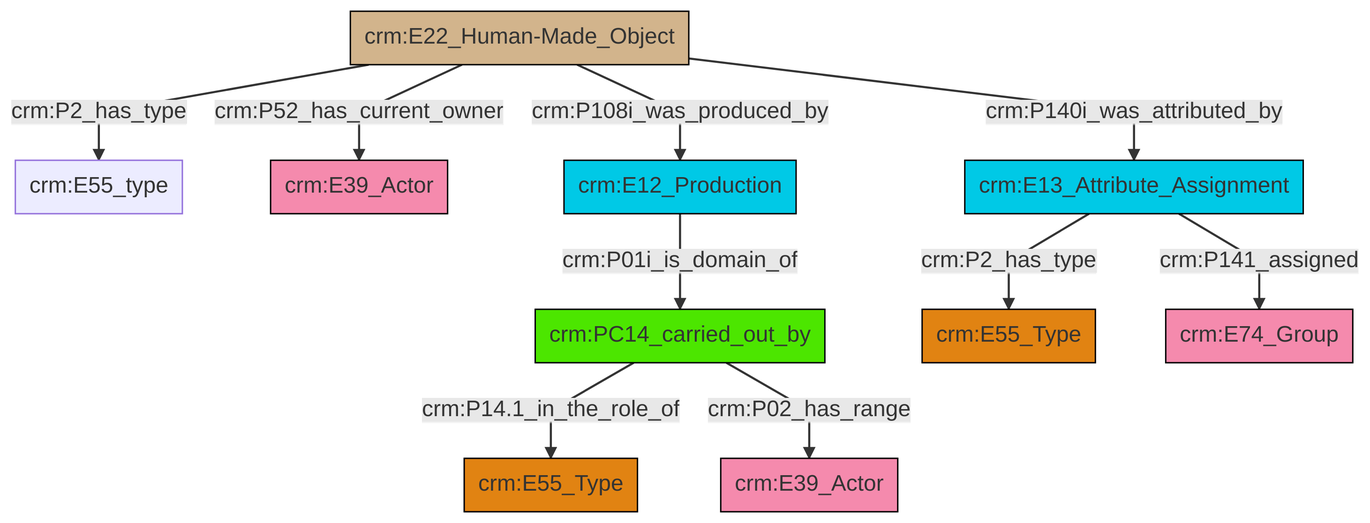
swiss-art-research-net/reference-data-models keeps this Mermaid diagram as et/builtWorkCSV/ttl/mmd/png/Built_Work_actor_relations.png. Above is the earlier version. Its source is kept beside it as et/builtWorkCSV/ttl/mmd/Built_Work_actor_relations.ttl.mmd.
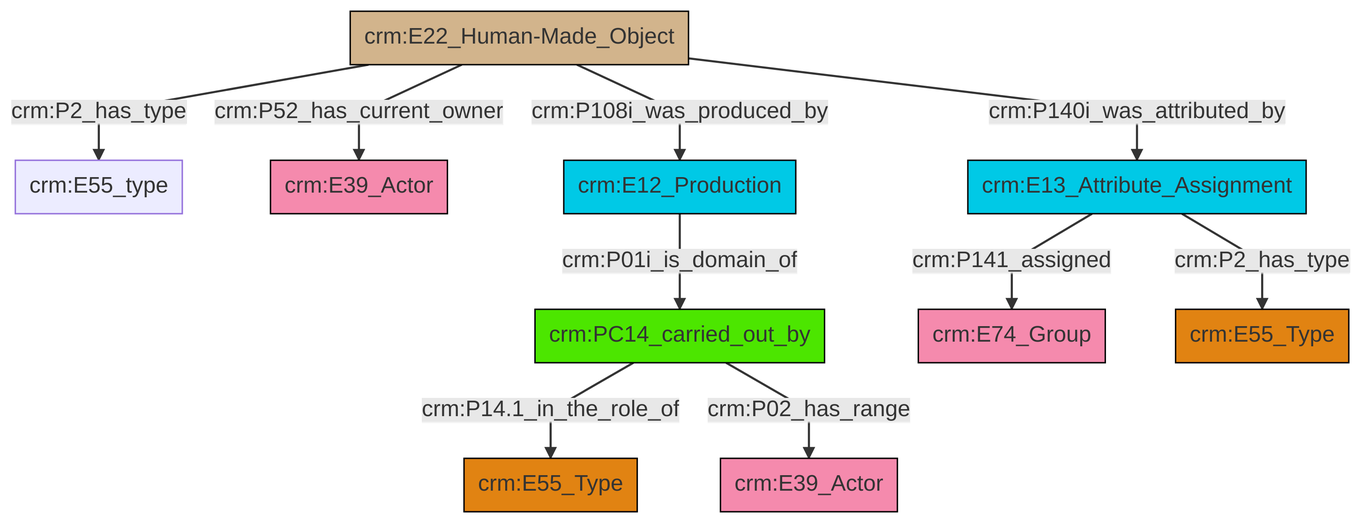
The same diagram one commit later.

Diff of the diagram source:
```diff
@@ -13,12 +13,12 @@
 classDef PC_Classes fill:#4ce600, stroke:#000000;
 classDef Multi fill:#cccccc,stroke:#000000;
 
-2["crm:E22_Human-Made_Object"]:::Physical_Thing -->|crm:P2_has_type| 4["crm:E55_type"]:::Default
-6["crm:PC14_carried_out_by"]:::PC_Classes -->|crm:P14.1_in_the_role_of| 0["crm:E55_Type"]:::Type
-2["crm:E22_Human-Made_Object"]:::Physical_Thing -->|crm:P108i_was_produced_by| 11["crm:E12_Production"]:::Temporal_Entity
-6["crm:PC14_carried_out_by"]:::PC_Classes -->|crm:P02_has_range| 14["crm:E39_Actor"]:::Actor
-2["crm:E22_Human-Made_Object"]:::Physical_Thing -->|crm:P52_has_current_owner| 9["crm:E39_Actor"]:::Actor
-16["crm:E13_Attribute_Assignment"]:::Temporal_Entity -->|crm:P2_has_type| 7["crm:E55_Type"]:::Type
-11["crm:E12_Production"]:::Temporal_Entity -->|crm:P01i_is_domain_of| 6["crm:PC14_carried_out_by"]:::PC_Classes
-16["crm:E13_Attribute_Assignment"]:::Temporal_Entity -->|crm:P141_assigned| 18["crm:E74_Group"]:::Actor
-2["crm:E22_Human-Made_Object"]:::Physical_Thing -->|crm:P140i_was_attributed_by| 16["crm:E13_Attribute_Assignment"]:::Temporal_Entity
+6["crm:E12_Production"]:::Temporal_Entity -->|crm:P01i_is_domain_of| 8["crm:PC14_carried_out_by"]:::PC_Classes
+11["crm:E13_Attribute_Assignment"]:::Temporal_Entity -->|crm:P141_assigned| 9["crm:E74_Group"]:::Actor
+8["crm:PC14_carried_out_by"]:::PC_Classes -->|crm:P14.1_in_the_role_of| 12["crm:E55_Type"]:::Type
+0["crm:E22_Human-Made_Object"]:::Physical_Thing -->|crm:P108i_was_produced_by| 6["crm:E12_Production"]:::Temporal_Entity
+11["crm:E13_Attribute_Assignment"]:::Temporal_Entity -->|crm:P2_has_type| 18["crm:E55_Type"]:::Type
+8["crm:PC14_carried_out_by"]:::PC_Classes -->|crm:P02_has_range| 13["crm:E39_Actor"]:::Actor
+0["crm:E22_Human-Made_Object"]:::Physical_Thing -->|crm:P52_has_current_owner| 4["crm:E39_Actor"]:::Actor
+0["crm:E22_Human-Made_Object"]:::Physical_Thing -->|crm:P140i_was_attributed_by| 11["crm:E13_Attribute_Assignment"]:::Temporal_Entity
+0["crm:E22_Human-Made_Object"]:::Physical_Thing -->|crm:P2_has_type| 2["crm:E55_type"]:::Default
```
